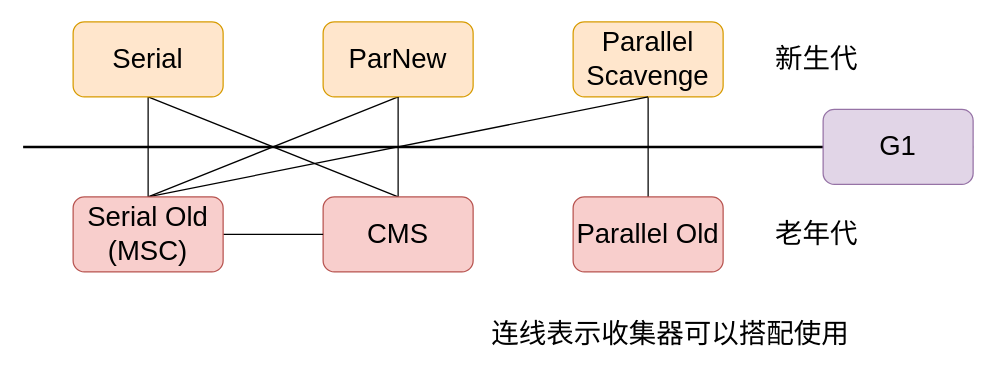
Above: Java/JVM/image/HotSpot虚拟机垃圾收集器.drawio in CunYu/study-note (draw.io), before the change. Source tidied: cells renumbered, new cells numbered last; positions are measured from the earlier drawing's top-left corner, leaving out a move shared by most shapes. Both pictures are drawn from the tidied source at 125%, with x=0, y=0 at pixel (22, 21).
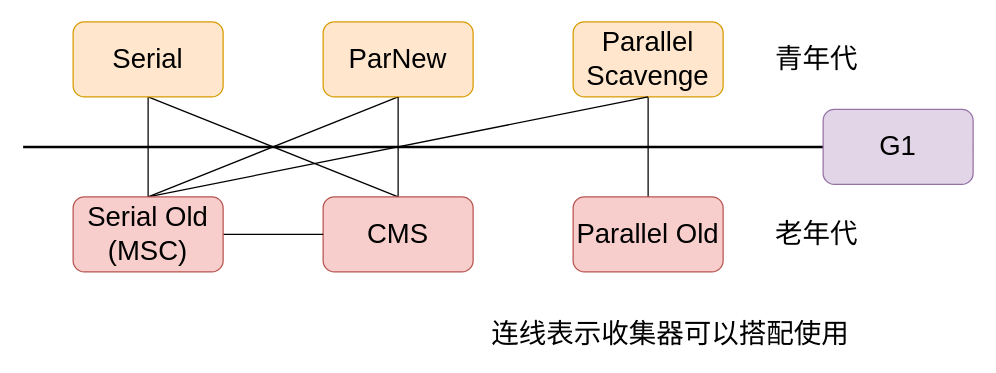
After the change.

Change to the diagram source:
```diff
@@
-    <mxCell id="17" value="新生代" style="text;html=1;strokeColor=none;fillColor=none;align=center;verticalAlign=middle;whiteSpace=wrap;rounded=0;fontSize=22;" parent="1" vertex="1">
+    <mxCell id="17" value="青年代" style="text;html=1;strokeColor=none;fillColor=none;align=center;verticalAlign=middle;whiteSpace=wrap;rounded=0;fontSize=22;" parent="1" vertex="1">
       <mxGeometry x="600" y="20" width="70" height="20" as="geometry" />
     </mxCell>
```
